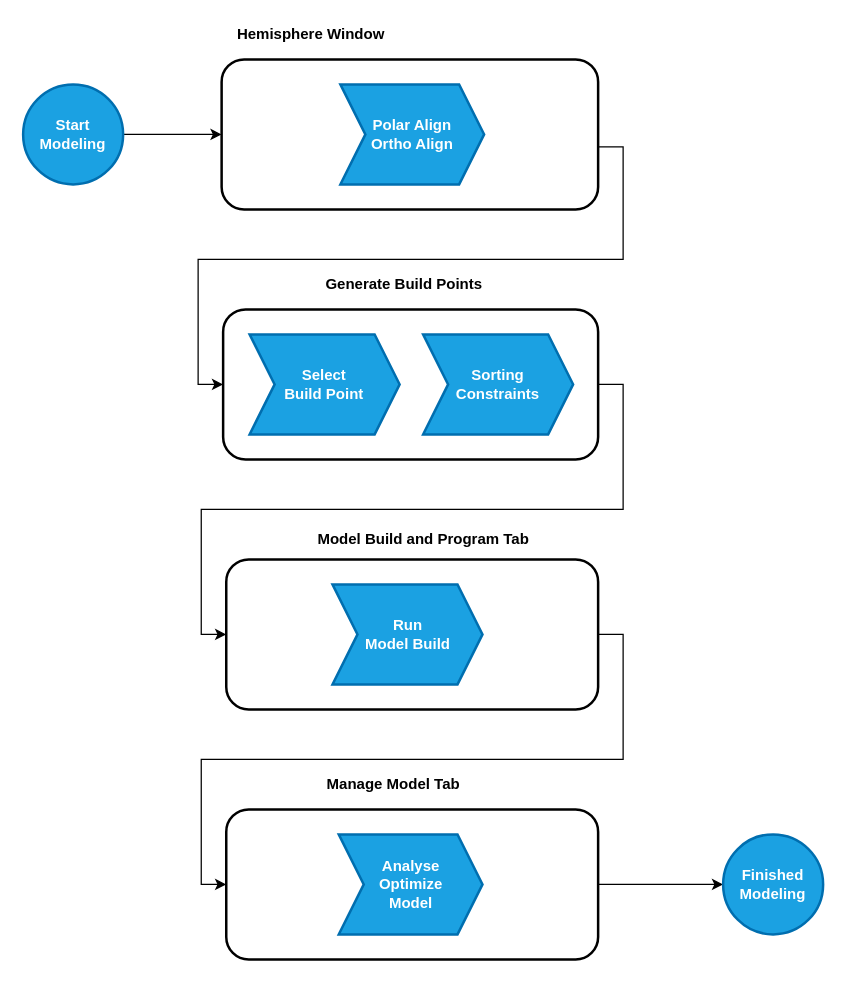
Earlier version of the draw.io diagram doc/workflows/modeling/image/workflow.drawio (mworion/MountWizzard4). Source tidied: cells renumbered, new cells numbered last; positions are measured from the earlier drawing's top-left corner, leaving out a move shared by most shapes. Both pictures are drawn from the tidied source at 125%, with x=0, y=0 at pixel (22, 21).
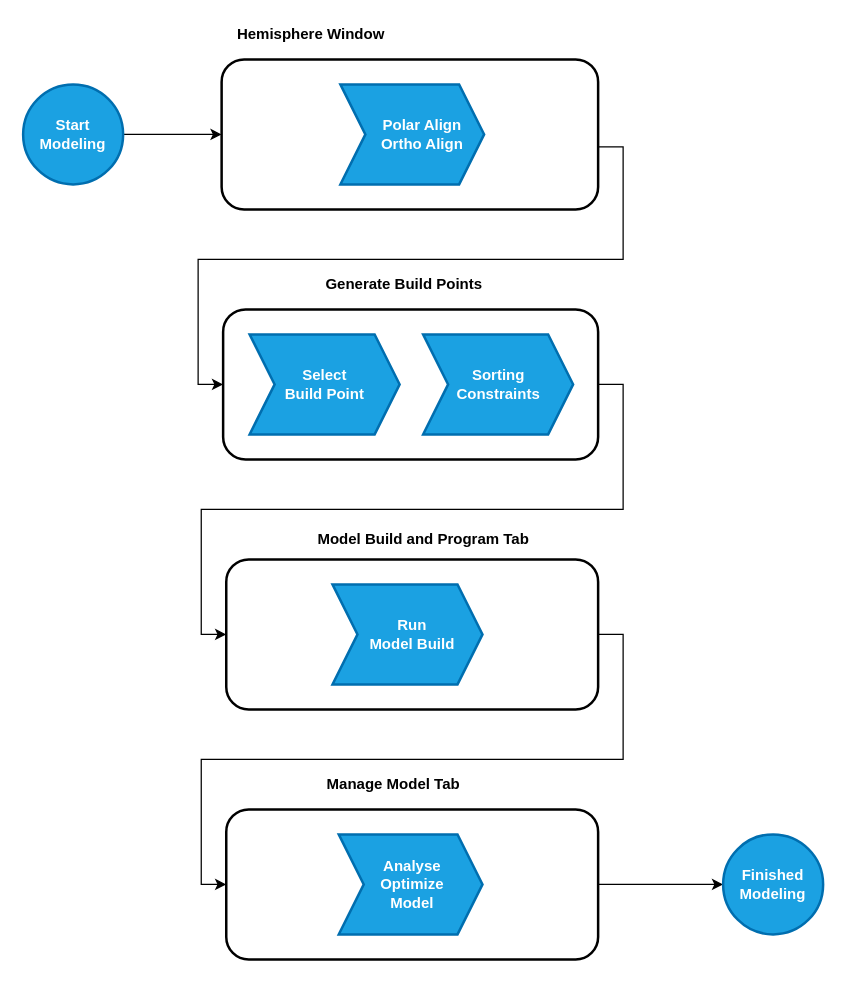
The same page after the edit.

What changed in the source:
```diff
@@
-    <mxCell id="10" value="Select &lt;br&gt;Build Point" style="shape=step;perimeter=stepPerimeter;whiteSpace=wrap;html=1;fixedSize=1;fontStyle=1;strokeWidth=2;fillColor=#1ba1e2;strokeColor=#006EAF;fontColor=#ffffff;" parent="1" vertex="1">
+    <mxCell id="10" style="shape=step;perimeter=stepPerimeter;whiteSpace=wrap;html=1;fixedSize=1;fontStyle=1;strokeWidth=2;fillColor=#1ba1e2;strokeColor=#006EAF;fontColor=#ffffff;" parent="1" vertex="1">
       <mxGeometry x="181.2" y="250" width="120" height="80" as="geometry" />
     </mxCell>
-    <mxCell id="11" value="Sorting&lt;br&gt;Constraints" style="shape=step;perimeter=stepPerimeter;whiteSpace=wrap;html=1;fixedSize=1;fontStyle=1;strokeWidth=2;fillColor=#1ba1e2;strokeColor=#006EAF;fontColor=#ffffff;" parent="1" vertex="1">
+    <mxCell id="11" style="shape=step;perimeter=stepPerimeter;whiteSpace=wrap;html=1;fixedSize=1;fontStyle=1;strokeWidth=2;fillColor=#1ba1e2;strokeColor=#006EAF;fontColor=#ffffff;" parent="1" vertex="1">
       <mxGeometry x="320" y="250" width="120" height="80" as="geometry" />
     </mxCell>
-    <mxCell id="12" value="Run&lt;br&gt;Model Build" style="shape=step;perimeter=stepPerimeter;whiteSpace=wrap;html=1;fixedSize=1;fontStyle=1;strokeWidth=2;fillColor=#1ba1e2;strokeColor=#006EAF;fontColor=#ffffff;" parent="1" vertex="1">
+    <mxCell id="12" style="shape=step;perimeter=stepPerimeter;whiteSpace=wrap;html=1;fixedSize=1;fontStyle=1;strokeWidth=2;fillColor=#1ba1e2;strokeColor=#006EAF;fontColor=#ffffff;" parent="1" vertex="1">
       <mxGeometry x="247.5" y="450" width="120" height="80" as="geometry" />
     </mxCell>
-    <mxCell id="13" value="Analyse&lt;br&gt;Optimize&lt;br&gt;Model" style="shape=step;perimeter=stepPerimeter;whiteSpace=wrap;html=1;fixedSize=1;fontStyle=1;strokeWidth=2;fillColor=#1ba1e2;strokeColor=#006EAF;fontColor=#ffffff;" parent="1" vertex="1">
+    <mxCell id="13" style="shape=step;perimeter=stepPerimeter;whiteSpace=wrap;html=1;fixedSize=1;fontStyle=1;strokeWidth=2;fillColor=#1ba1e2;strokeColor=#006EAF;fontColor=#ffffff;" parent="1" vertex="1">
       <mxGeometry x="252.5" y="650" width="115" height="80" as="geometry" />
     </mxCell>
@@
-    <mxCell id="20" value="Polar Align&lt;br&gt;Ortho Align" style="shape=step;perimeter=stepPerimeter;whiteSpace=wrap;html=1;fixedSize=1;fontStyle=1;strokeWidth=2;fillColor=#1ba1e2;strokeColor=#006EAF;fontColor=#ffffff;" parent="1" vertex="1">
+    <mxCell id="20" style="shape=step;perimeter=stepPerimeter;whiteSpace=wrap;html=1;fixedSize=1;fontStyle=1;strokeWidth=2;fillColor=#1ba1e2;strokeColor=#006EAF;fontColor=#ffffff;" parent="1" vertex="1">
       <mxGeometry x="253.8" y="50" width="115" height="80" as="geometry" />
     </mxCell>
@@
+    <mxCell id="22" value="&lt;font color=&quot;#ffffff&quot;&gt;Analyse&lt;br style=&quot;border-color: var(--border-color);&quot;&gt;Optimize&lt;br style=&quot;border-color: var(--border-color);&quot;&gt;Model&lt;/font&gt;" style="text;html=1;strokeColor=none;fillColor=none;align=center;verticalAlign=middle;whiteSpace=wrap;rounded=0;fontStyle=1;strokeWidth=2;" parent="1" vertex="1">
+      <mxGeometry x="240" y="655" width="142.5" height="70" as="geometry" />
+    </mxCell>
+    <mxCell id="23" value="&lt;font color=&quot;#ffffff&quot;&gt;Run&lt;br style=&quot;border-color: var(--border-color);&quot;&gt;Model Build&lt;/font&gt;" style="text;html=1;strokeColor=none;fillColor=none;align=center;verticalAlign=middle;whiteSpace=wrap;rounded=0;fontStyle=1;strokeWidth=2;" parent="1" vertex="1">
+      <mxGeometry x="240" y="455" width="142.5" height="70" as="geometry" />
+    </mxCell>
+    <mxCell id="24" value="&lt;font color=&quot;#ffffff&quot;&gt;Select&lt;br style=&quot;border-color: var(--border-color);&quot;&gt;Build Point&lt;/font&gt;" style="text;html=1;strokeColor=none;fillColor=none;align=center;verticalAlign=middle;whiteSpace=wrap;rounded=0;fontStyle=1;strokeWidth=2;" parent="1" vertex="1">
+      <mxGeometry x="170" y="255" width="142.5" height="70" as="geometry" />
+    </mxCell>
+    <mxCell id="25" value="&lt;font color=&quot;#ffffff&quot;&gt;Polar Align&lt;br style=&quot;border-color: var(--border-color);&quot;&gt;Ortho Align&lt;/font&gt;" style="text;html=1;strokeColor=none;fillColor=none;align=center;verticalAlign=middle;whiteSpace=wrap;rounded=0;fontStyle=1;strokeWidth=2;" parent="1" vertex="1">
+      <mxGeometry x="247.5" y="55" width="142.5" height="70" as="geometry" />
+    </mxCell>
+    <mxCell id="26" value="&lt;font color=&quot;#ffffff&quot;&gt;Sorting&lt;br style=&quot;border-color: var(--border-color);&quot;&gt;Constraints&lt;/font&gt;" style="text;html=1;strokeColor=none;fillColor=none;align=center;verticalAlign=middle;whiteSpace=wrap;rounded=0;fontStyle=1;strokeWidth=2;" parent="1" vertex="1">
+      <mxGeometry x="308.8" y="255" width="142.5" height="70" as="geometry" />
+    </mxCell>
```
